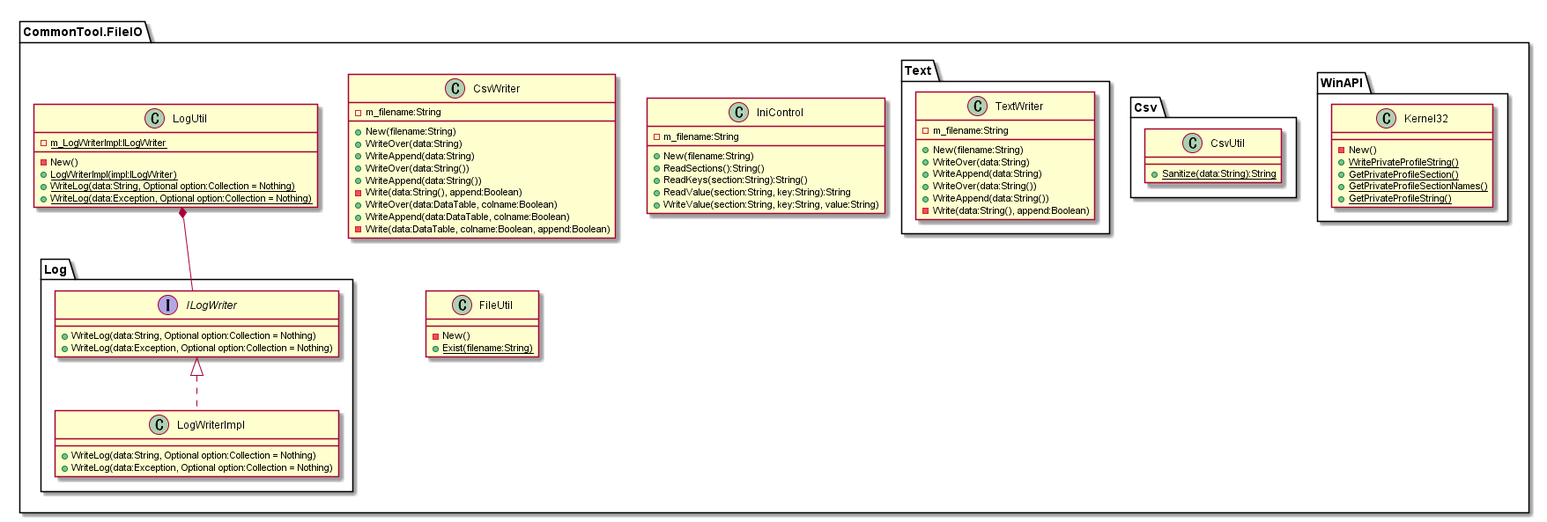
This is doc/03_SubSystem別/CommonTool.FileIO/03_内部設計/クラス図.png from hirorich/CommonTool, a PlantUML export, as it was before one commit.
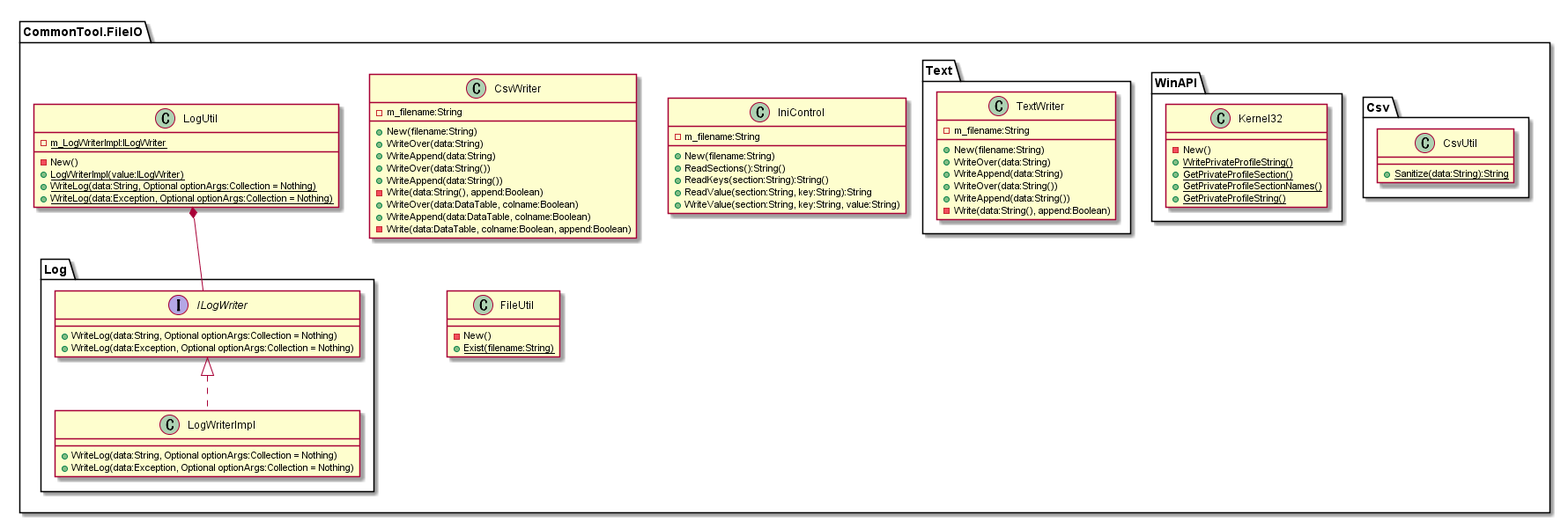
After the change.

Commit message:
ログ部品の引数名修正

The edit, as a diff of the source:
```diff
@@ -29,9 +29,9 @@
       - {static}m_LogWriterImpl:ILogWriter
 
       - New()
-      + {static}LogWriterImpl(impl:ILogWriter)
-      + {static}WriteLog(data:String, Optional option:Collection = Nothing)
-      + {static}WriteLog(data:Exception, Optional option:Collection = Nothing)
+      + {static}LogWriterImpl(value:ILogWriter)
+      + {static}WriteLog(data:String, Optional optionArgs:Collection = Nothing)
+      + {static}WriteLog(data:Exception, Optional optionArgs:Collection = Nothing)
     }
 
     class FileUtil {
@@ -57,13 +57,13 @@
 
     package Log {
         interface ILogWriter {
-          + WriteLog(data:String, Optional option:Collection = Nothing)
-          + WriteLog(data:Exception, Optional option:Collection = Nothing)
+          + WriteLog(data:String, Optional optionArgs:Collection = Nothing)
+          + WriteLog(data:Exception, Optional optionArgs:Collection = Nothing)
         }
 
         class LogWriterImpl {
-          + WriteLog(data:String, Optional option:Collection = Nothing)
-          + WriteLog(data:Exception, Optional option:Collection = Nothing)
+          + WriteLog(data:String, Optional optionArgs:Collection = Nothing)
+          + WriteLog(data:Exception, Optional optionArgs:Collection = Nothing)
         }
         ILogWriter <|.. LogWriterImpl
     }
```
